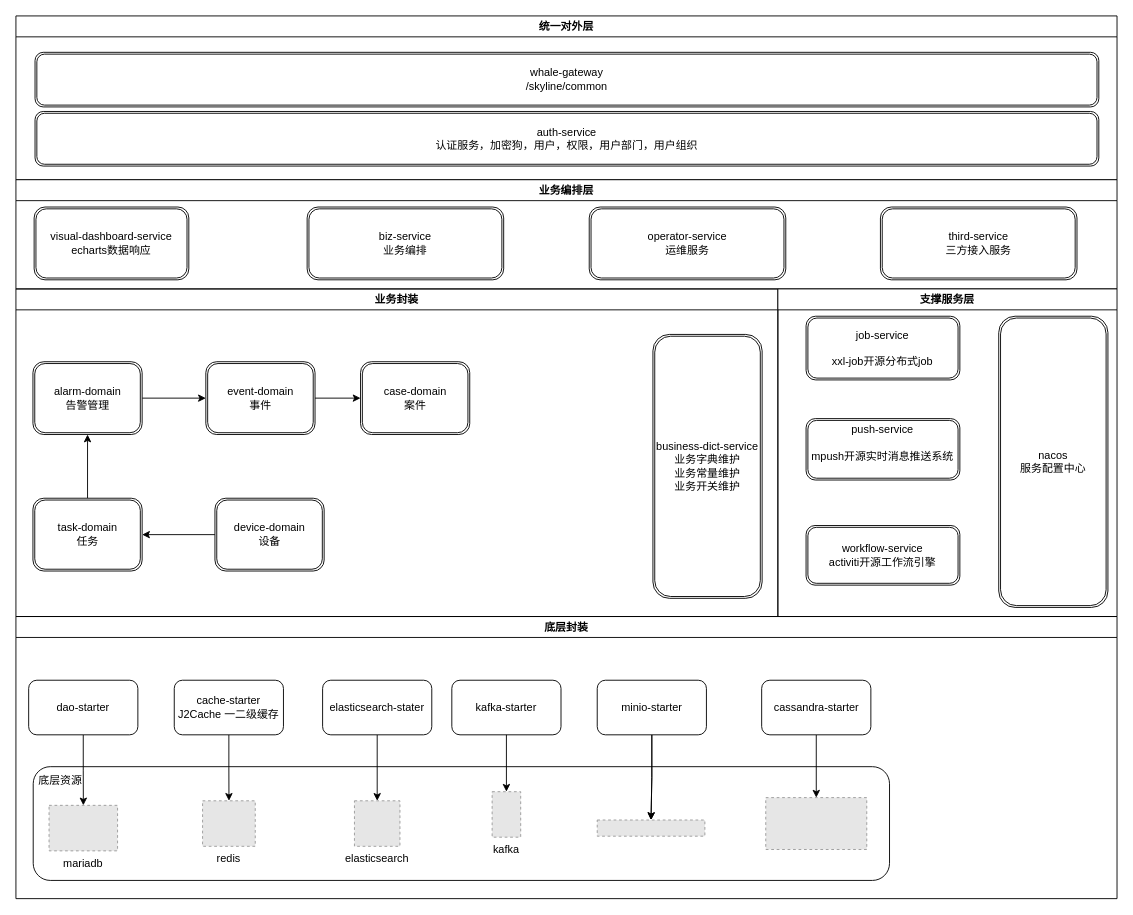
Before: sensetime/系统架构图.drawio in welloncn/drawio, a draw.io diagram. Source tidied: cells renumbered, new cells numbered last; positions are measured from the earlier drawing's top-left corner, leaving out a move shared by most shapes. Both pictures are drawn from the tidied source at 91%, with x=0, y=0 at pixel (15, 15). Pictures stored in the file or linked from it are replaced by grey dashed boxes.
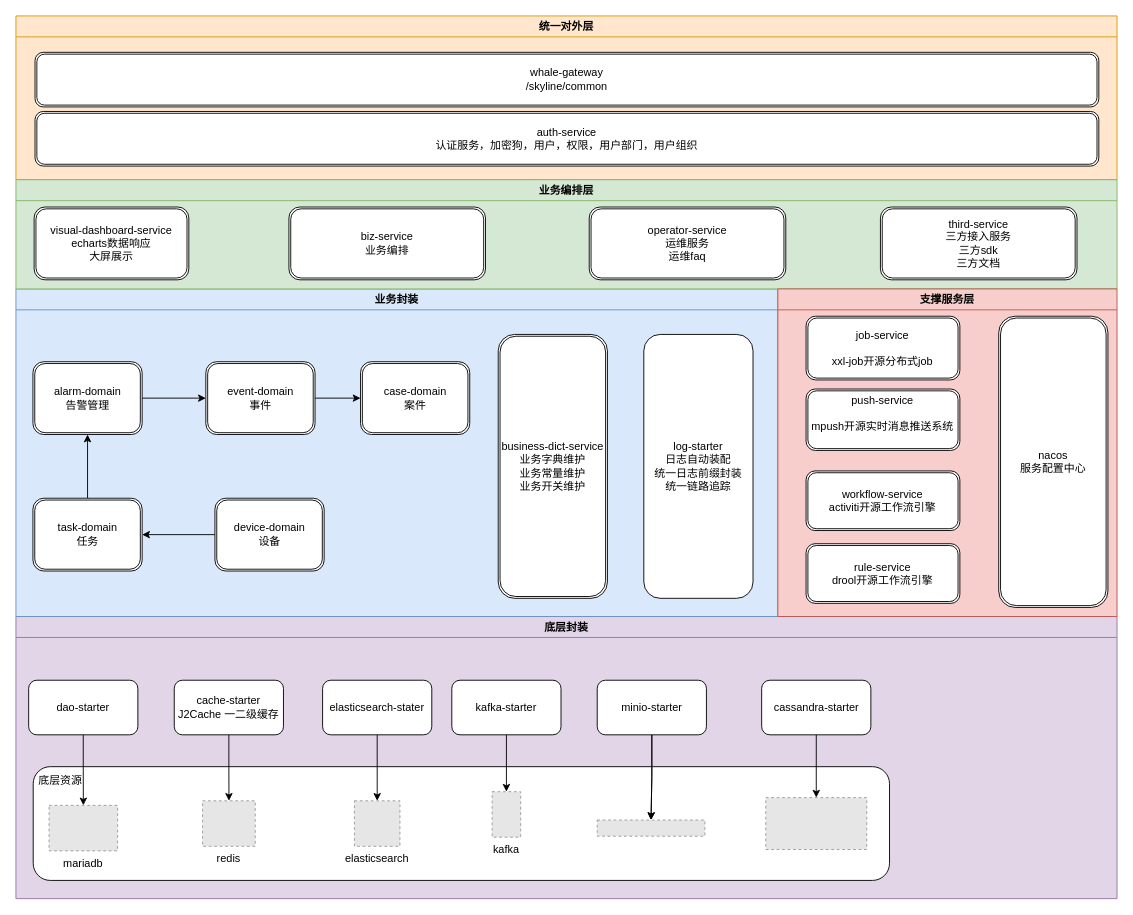
The same page after the edit.

Commit message:
更新系统架构图.drawio

What changed in the source:
```diff
@@
-    <mxCell id="2" value="底层封装" style="swimlane;" parent="1" vertex="1">
+    <mxCell id="2" value="底层封装" style="swimlane;fillColor=#e1d5e7;strokeColor=#9673a6;swimlaneFillColor=#E1D5E7;" parent="1" vertex="1">
       <mxGeometry y="660" width="1210" height="310" as="geometry" />
     </mxCell>
@@
-    <mxCell id="24" value="业务封装" style="swimlane;startSize=23;" parent="1" vertex="1">
+    <mxCell id="24" value="业务封装" style="swimlane;startSize=23;swimlaneFillColor=#DAE8FC;fillColor=#dae8fc;strokeColor=#6c8ebf;" parent="1" vertex="1">
       <mxGeometry y="300" width="837.3" height="360" as="geometry" />
     </mxCell>
@@
     <mxCell id="34" value="business-dict-service&lt;br&gt;业务字典维护&lt;br&gt;业务常量维护&lt;br&gt;业务开关维护" style="shape=ext;double=1;rounded=1;whiteSpace=wrap;html=1;" parent="24" vertex="1">
-      <mxGeometry x="700" y="50" width="120" height="290" as="geometry" />
+      <mxGeometry x="530" y="50" width="120" height="290" as="geometry" />
     </mxCell>
+    <mxCell id="48" value="log-starter&lt;br&gt;日志自动装配&lt;br&gt;统一日志前缀封装&lt;br&gt;统一链路追踪" style="rounded=1;whiteSpace=wrap;html=1;" parent="24" vertex="1">
+      <mxGeometry x="690" y="50" width="120" height="290" as="geometry" />
+    </mxCell>
-    <mxCell id="35" value="统一对外层" style="swimlane;shadow=0;rounded=0;sketch=0;glass=0;flipV=0;flipH=0;" parent="1" vertex="1">
+    <mxCell id="35" value="统一对外层" style="swimlane;shadow=0;rounded=0;sketch=0;glass=0;flipV=0;flipH=0;fillColor=#ffe6cc;strokeColor=#d79b00;swimlaneFillColor=#FFE6CC;" parent="1" vertex="1">
       <mxGeometry width="1210" height="180" as="geometry" />
     </mxCell>
@@
-    <mxCell id="38" value="业务编排层" style="swimlane;startSize=23;" parent="1" vertex="1">
+    <mxCell id="38" value="业务编排层" style="swimlane;startSize=23;fillColor=#d5e8d4;strokeColor=#82b366;swimlaneFillColor=#D5E8D4;" parent="1" vertex="1">
       <mxGeometry y="180" width="1210" height="120" as="geometry" />
     </mxCell>
-    <mxCell id="39" value="visual-dashboard-service&lt;br&gt;echarts数据响应" style="shape=ext;double=1;rounded=1;whiteSpace=wrap;html=1;" parent="38" vertex="1">
+    <mxCell id="39" value="visual-dashboard-service&lt;br&gt;echarts数据响应&lt;br&gt;大屏展示" style="shape=ext;double=1;rounded=1;whiteSpace=wrap;html=1;" parent="38" vertex="1">
       <mxGeometry x="20" y="30" width="170" height="80" as="geometry" />
     </mxCell>
     <mxCell id="40" value="biz-service&lt;br&gt;业务编排" style="shape=ext;double=1;rounded=1;whiteSpace=wrap;html=1;" parent="38" vertex="1">
-      <mxGeometry x="320" y="30" width="216" height="80" as="geometry" />
+      <mxGeometry x="300" y="30" width="216" height="80" as="geometry" />
     </mxCell>
-    <mxCell id="41" value="operator-service&lt;br&gt;运维服务" style="shape=ext;double=1;rounded=1;whiteSpace=wrap;html=1;" parent="38" vertex="1">
+    <mxCell id="41" value="operator-service&lt;br&gt;运维服务&lt;br&gt;运维faq" style="shape=ext;double=1;rounded=1;whiteSpace=wrap;html=1;" parent="38" vertex="1">
       <mxGeometry x="630" y="30" width="216" height="80" as="geometry" />
     </mxCell>
-    <mxCell id="42" value="third-service&lt;br&gt;三方接入服务" style="shape=ext;double=1;rounded=1;whiteSpace=wrap;html=1;" parent="38" vertex="1">
+    <mxCell id="42" value="third-service&lt;br&gt;三方接入服务&lt;br&gt;三方sdk&lt;br&gt;三方文档" style="shape=ext;double=1;rounded=1;whiteSpace=wrap;html=1;" parent="38" vertex="1">
       <mxGeometry x="950" y="30" width="216" height="80" as="geometry" />
     </mxCell>
-    <mxCell id="43" value="支撑服务层" style="swimlane;" parent="1" vertex="1">
+    <mxCell id="43" value="支撑服务层" style="swimlane;fillColor=#f8cecc;strokeColor=#b85450;swimlaneFillColor=#F8CECC;" parent="1" vertex="1">
       <mxGeometry x="837.3" y="300" width="372.7" height="360" as="geometry" />
     </mxCell>
@@
     <mxCell id="45" value="push-service&lt;br&gt;&lt;br&gt;&lt;div&gt;mpush开源实时消息推送系统&lt;/div&gt;&lt;div&gt;&lt;br&gt;&lt;/div&gt;" style="shape=ext;double=1;rounded=1;whiteSpace=wrap;html=1;" parent="43" vertex="1">
-      <mxGeometry x="31" y="142.5" width="169" height="67.5" as="geometry" />
+      <mxGeometry x="31" y="110" width="169" height="67.5" as="geometry" />
     </mxCell>
     <mxCell id="46" value="workflow-service&lt;br&gt;activiti开源工作流引擎" style="shape=ext;double=1;rounded=1;whiteSpace=wrap;html=1;" parent="43" vertex="1">
-      <mxGeometry x="31" y="260" width="169" height="65.5" as="geometry" />
+      <mxGeometry x="31" y="200" width="169" height="65.5" as="geometry" />
     </mxCell>
@@
+    <mxCell id="49" value="rule-service&lt;br&gt;drool开源工作流引擎" style="shape=ext;double=1;rounded=1;whiteSpace=wrap;html=1;" parent="43" vertex="1">
+      <mxGeometry x="31" y="280" width="169" height="65.5" as="geometry" />
+    </mxCell>
```
